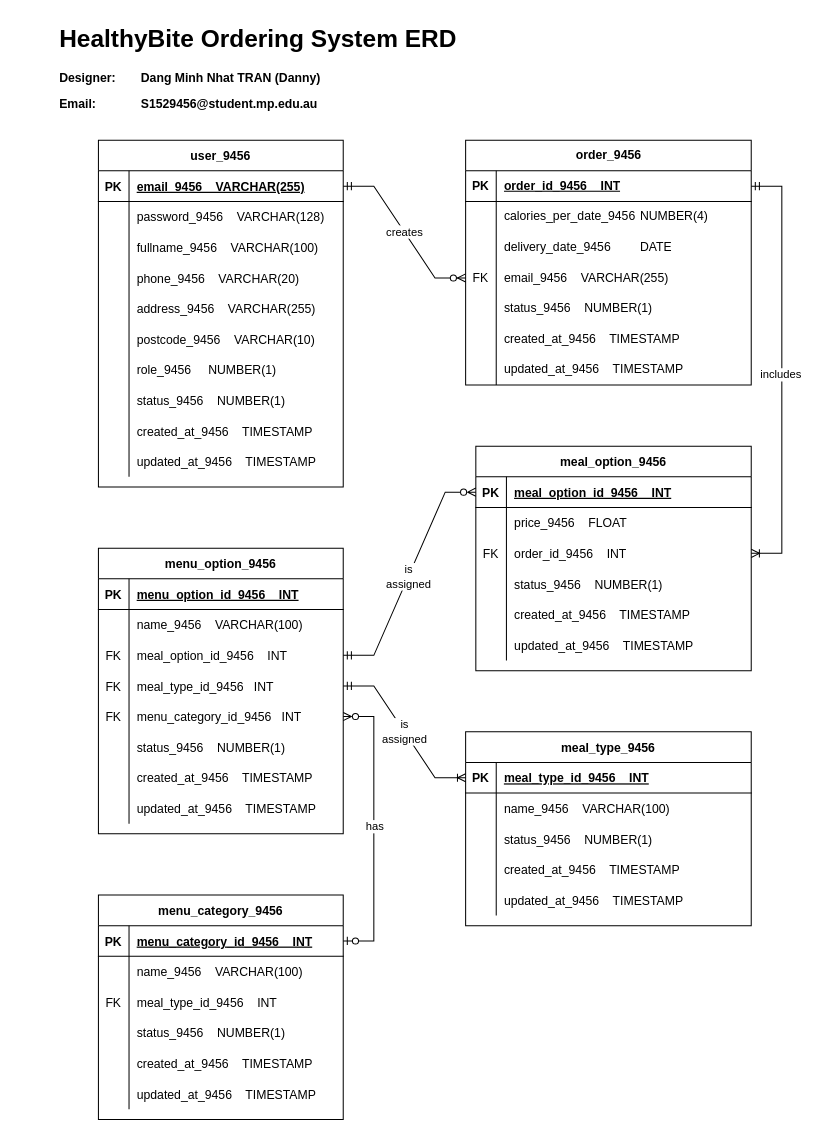
The draw.io diagram Untitled Diagram.drawio in DannyTran3000/er_diagram, before the edit. Source tidied: cells renumbered, new cells numbered last; positions are measured from the earlier drawing's top-left corner, leaving out a move shared by most shapes. Both pictures are drawn from the tidied source at 102%, with x=0, y=0 at pixel (57, 17).
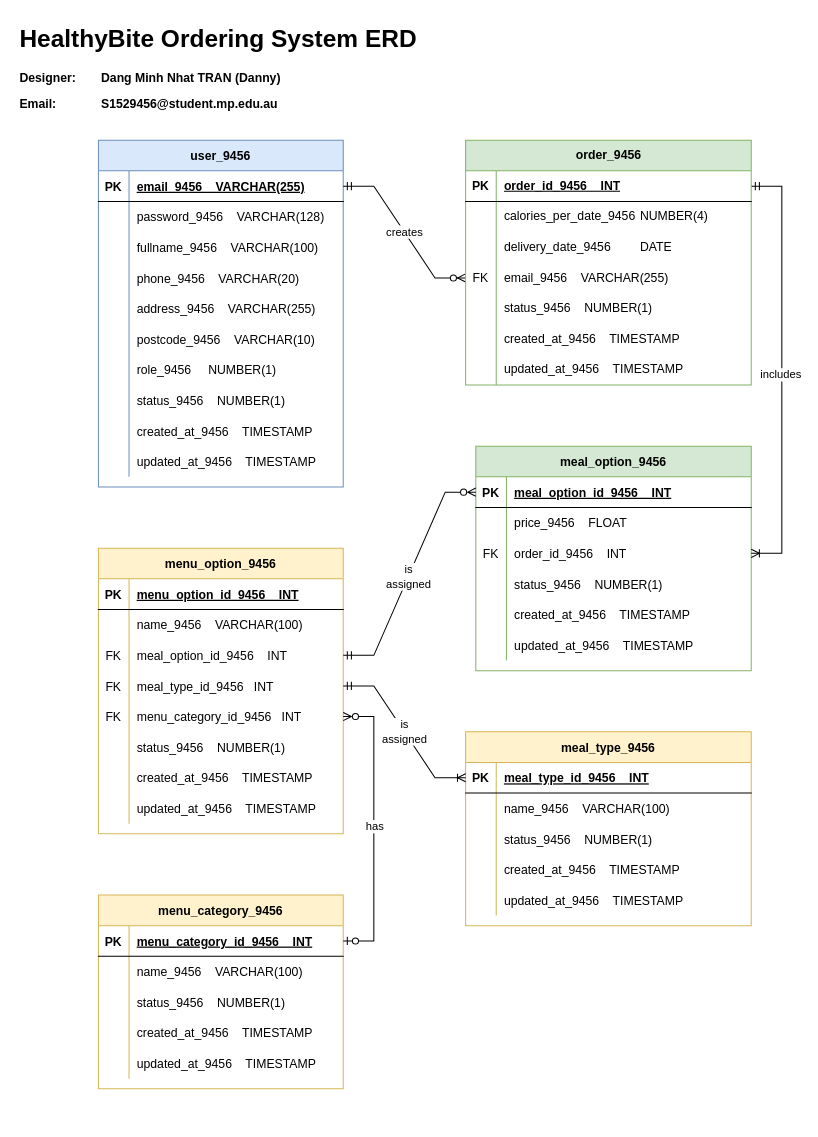
After the change.

Change to the diagram source:
```diff
@@
-    <mxCell id="2" value="meal_option_9456" style="shape=table;startSize=30;childLayout=tableLayout;rowLines=0;fontStyle=1;align=center;" parent="1" vertex="1">
+    <mxCell id="2" value="meal_option_9456" style="shape=table;startSize=30;childLayout=tableLayout;rowLines=0;fontStyle=1;align=center;fillColor=#d5e8d4;strokeColor=#82b366;" parent="1" vertex="1">
       <mxGeometry x="410" y="420" width="270" height="220" as="geometry" />
     </mxCell>
@@
-    <mxCell id="21" value="user_9456" style="shape=table;startSize=30;childLayout=tableLayout;rowLines=0;fontStyle=1;align=center;" parent="1" vertex="1">
+    <mxCell id="21" value="user_9456" style="shape=table;startSize=30;childLayout=tableLayout;rowLines=0;fontStyle=1;align=center;fillColor=#dae8fc;strokeColor=#6c8ebf;" parent="1" vertex="1">
       <mxGeometry x="40" y="120" width="240" height="340" as="geometry" />
     </mxCell>
@@
-    <mxCell id="54" value="menu_option_9456" style="shape=table;startSize=30;childLayout=tableLayout;rowLines=0;fontStyle=1;align=center;" parent="1" vertex="1">
+    <mxCell id="54" value="menu_option_9456" style="shape=table;startSize=30;childLayout=tableLayout;rowLines=0;fontStyle=1;align=center;fillColor=#fff2cc;strokeColor=#d6b656;" parent="1" vertex="1">
       <mxGeometry x="40" y="520" width="240" height="280" as="geometry" />
     </mxCell>
@@
-    <mxCell id="79" value="menu_category_9456" style="shape=table;startSize=30;childLayout=tableLayout;rowLines=0;fontStyle=1;align=center;" parent="1" vertex="1">
-      <mxGeometry x="40" y="860" width="240" height="220" as="geometry" />
+    <mxCell id="79" value="menu_category_9456" style="shape=table;startSize=30;childLayout=tableLayout;rowLines=0;fontStyle=1;align=center;fillColor=#fff2cc;strokeColor=#d6b656;" parent="1" vertex="1">
+      <mxGeometry x="40" y="860" width="240" height="190" as="geometry" />
     </mxCell>
@@
-    <mxCell id="86" style="shape=partialRectangle;fillColor=none;top=0;left=0;right=0;bottom=0;" parent="79" vertex="1">
-      <mxGeometry y="90" width="240" height="30" as="geometry" />
-    </mxCell>
-    <mxCell id="87" value="FK" style="shape=partialRectangle;overflow=hidden;fillColor=none;top=0;left=0;bottom=0;right=0;" parent="86" vertex="1">
-      <mxGeometry width="30" height="30" as="geometry" />
-    </mxCell>
-    <mxCell id="88" value="meal_type_id_9456    INT" style="shape=partialRectangle;overflow=hidden;fillColor=none;top=0;left=0;bottom=0;right=0;align=left;spacingLeft=6;" parent="86" vertex="1">
-      <mxGeometry x="30" width="210" height="30" as="geometry" />
-    </mxCell>
     <mxCell id="89" style="shape=partialRectangle;fillColor=none;top=0;left=0;right=0;bottom=0;" parent="79" vertex="1">
-      <mxGeometry y="120" width="240" height="30" as="geometry" />
+      <mxGeometry y="90" width="240" height="30" as="geometry" />
     </mxCell>
@@
     <mxCell id="92" style="shape=partialRectangle;fillColor=none;top=0;left=0;right=0;bottom=0;" parent="79" vertex="1">
-      <mxGeometry y="150" width="240" height="30" as="geometry" />
+      <mxGeometry y="120" width="240" height="30" as="geometry" />
     </mxCell>
@@
     <mxCell id="95" style="shape=partialRectangle;fillColor=none;top=0;left=0;right=0;bottom=0;" parent="79" vertex="1">
-      <mxGeometry y="180" width="240" height="30" as="geometry" />
+      <mxGeometry y="150" width="240" height="30" as="geometry" />
     </mxCell>
@@
-    <mxCell id="98" value="meal_type_9456" style="shape=table;startSize=30;childLayout=tableLayout;rowLines=0;fontStyle=1;align=center;" parent="1" vertex="1">
+    <mxCell id="98" value="meal_type_9456" style="shape=table;startSize=30;childLayout=tableLayout;rowLines=0;fontStyle=1;align=center;fillColor=#fff2cc;strokeColor=#d6b656;" parent="1" vertex="1">
       <mxGeometry x="400" y="700" width="280" height="190" as="geometry" />
     </mxCell>
@@
     <mxCell id="122" value="&lt;h1 style=&quot;margin-top: 0px;&quot;&gt;HealthyBite Ordering System ERD&lt;/h1&gt;&lt;p&gt;&lt;b&gt;Designer: &lt;span style=&quot;white-space: pre;&quot;&gt;&#9;&lt;/span&gt;Dang Minh Nhat TRAN (Danny)&lt;/b&gt;&lt;/p&gt;&lt;p&gt;&lt;b&gt;Email:&lt;span style=&quot;white-space: pre;&quot;&gt;&#9;&lt;/span&gt;&lt;span style=&quot;white-space: pre;&quot;&gt;&#9;&lt;/span&gt;S1529456@student.mp.edu.au&lt;/b&gt;&lt;/p&gt;" style="text;html=1;whiteSpace=wrap;overflow=hidden;rounded=0;" parent="1" vertex="1">
-      <mxGeometry width="400" height="120" as="geometry" />
+      <mxGeometry x="-39" width="400" height="120" as="geometry" />
     </mxCell>
-    <mxCell id="123" value="order_9456" style="shape=table;startSize=30;childLayout=tableLayout;rowLines=0;fontStyle=1;align=center;html=1;" parent="1" vertex="1">
+    <mxCell id="123" value="order_9456" style="shape=table;startSize=30;childLayout=tableLayout;rowLines=0;fontStyle=1;align=center;html=1;fillColor=#d5e8d4;strokeColor=#82b366;" parent="1" vertex="1">
       <mxGeometry x="400" y="120" width="280" height="240" as="geometry" />
     </mxCell>
```
